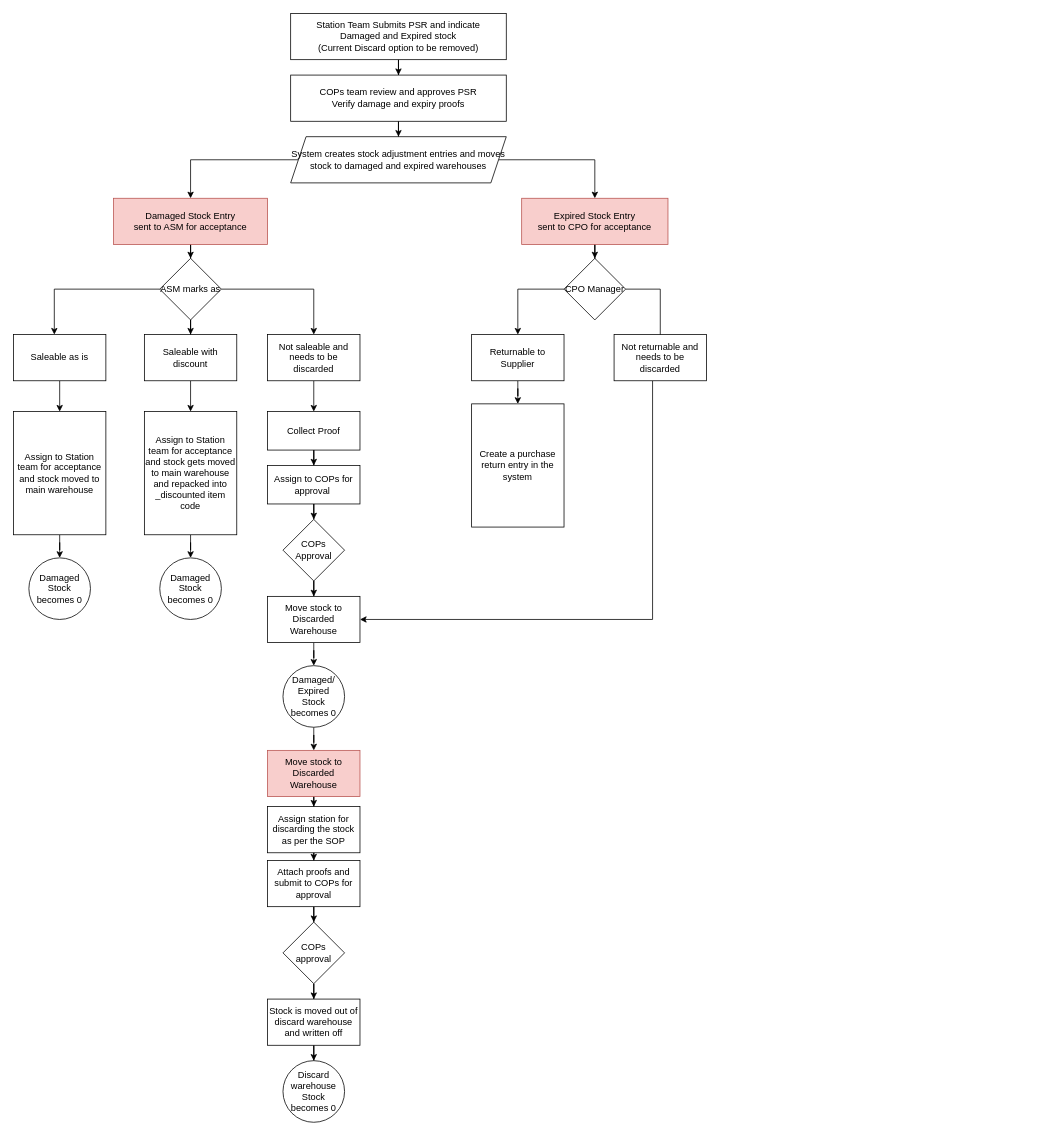
Earlier version of the draw.io diagram Untitled Diagram.drawio (sachinhub/draw.io). Source tidied: cells renumbered, new cells numbered last; positions are measured from the earlier drawing's top-left corner, leaving out a move shared by most shapes. Both pictures are drawn from the tidied source at 77%, with x=0, y=0 at pixel (13, 13).
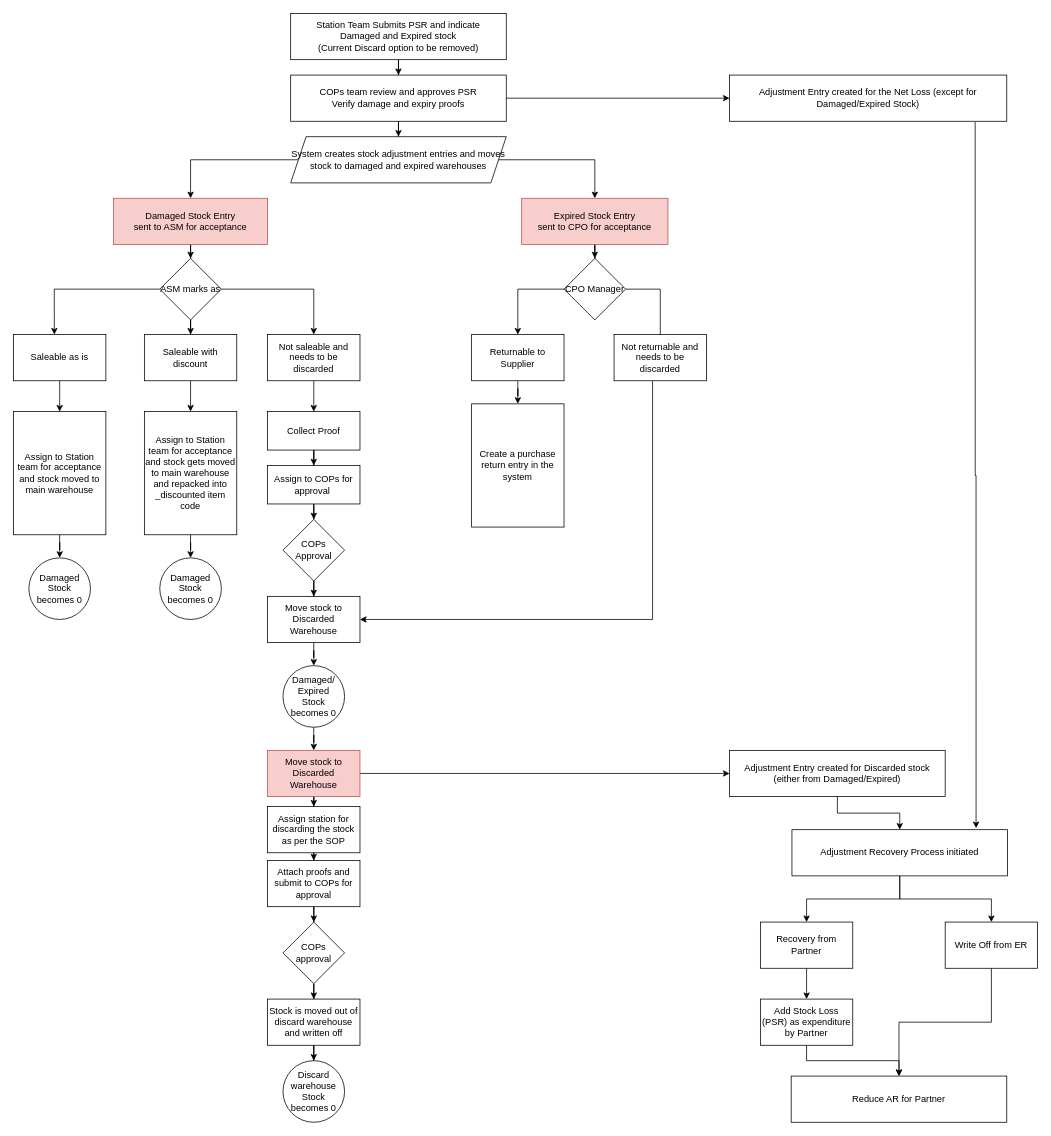
After the change.

Unchanged cells that the change refers to:
```xml
<mxCell id="5" value="COPs team review and approves PSR&lt;br&gt;Verify damage and expiry proofs" style="whiteSpace=wrap;html=1;rounded=0;" parent="1" vertex="1">
  <mxGeometry x="360" y="80" width="280" height="60" as="geometry" />
</mxCell>
<mxCell id="48" value="Move stock to Discarded Warehouse" style="rounded=0;whiteSpace=wrap;html=1;fillColor=#f8cecc;strokeColor=#b85450;" parent="1" vertex="1">
  <mxGeometry x="330" y="957" width="120" height="60" as="geometry" />
</mxCell>
```

Diff of the diagram source:
```diff
@@
+    <mxCell id="58" style="edgeStyle=orthogonalEdgeStyle;rounded=0;jettySize=auto;html=1;" parent="1" edge="1" source="5" target="61">
+      <mxGeometry relative="1" as="geometry" />
+    </mxCell>
@@
+    <mxCell id="59" style="edgeStyle=orthogonalEdgeStyle;rounded=0;jettySize=auto;html=1;" parent="1" edge="1" source="48" target="63">
+      <mxGeometry relative="1" as="geometry" />
+    </mxCell>
@@
+    <mxCell id="60" style="edgeStyle=orthogonalEdgeStyle;rounded=0;jettySize=auto;html=1;exitX=0.886;exitY=1.017;exitDx=0;exitDy=0;entryX=0.854;entryY=-0.033;entryDx=0;entryDy=0;exitPerimeter=0;entryPerimeter=0;" parent="1" edge="1" source="61" target="65">
+      <mxGeometry relative="1" as="geometry" />
+    </mxCell>
+    <mxCell id="61" value="Adjustment Entry created for the Net Loss (except for Damaged/Expired Stock)" style="whiteSpace=wrap;html=1;rounded=0;" parent="1" vertex="1">
+      <mxGeometry x="930" y="80" width="360" height="60" as="geometry" />
+    </mxCell>
+    <mxCell id="62" style="edgeStyle=orthogonalEdgeStyle;rounded=0;jettySize=auto;html=1;" parent="1" edge="1" source="63" target="65">
+      <mxGeometry relative="1" as="geometry" />
+    </mxCell>
+    <mxCell id="63" value="Adjustment Entry created for Discarded stock (either from Damaged/Expired)" style="whiteSpace=wrap;html=1;rounded=0;" parent="1" vertex="1">
+      <mxGeometry x="930" y="957" width="280" height="60" as="geometry" />
+    </mxCell>
+    <mxCell id="64" style="edgeStyle=orthogonalEdgeStyle;rounded=0;jettySize=auto;html=1;" parent="1" edge="1" source="65" target="67">
+      <mxGeometry relative="1" as="geometry" />
+    </mxCell>
+    <mxCell id="65" value="Adjustment Recovery Process initiated" style="whiteSpace=wrap;html=1;rounded=0;" parent="1" vertex="1">
+      <mxGeometry x="1011" y="1060" width="280" height="60" as="geometry" />
+    </mxCell>
+    <mxCell id="66" style="edgeStyle=orthogonalEdgeStyle;rounded=0;jettySize=auto;html=1;" parent="1" edge="1" source="67" target="72">
+      <mxGeometry relative="1" as="geometry" />
+    </mxCell>
+    <mxCell id="67" value="Recovery from Partner" style="whiteSpace=wrap;html=1;rounded=0;" parent="1" vertex="1">
+      <mxGeometry x="970" y="1180" width="120" height="60" as="geometry" />
+    </mxCell>
+    <mxCell id="68" style="edgeStyle=orthogonalEdgeStyle;rounded=0;jettySize=auto;html=1;" parent="1" edge="1" source="69" target="73">
+      <mxGeometry relative="1" as="geometry" />
+    </mxCell>
+    <mxCell id="69" value="Write Off from ER" style="whiteSpace=wrap;html=1;rounded=0;" parent="1" vertex="1">
+      <mxGeometry x="1210" y="1180" width="120" height="60" as="geometry" />
+    </mxCell>
+    <mxCell id="70" style="edgeStyle=orthogonalEdgeStyle;rounded=0;jettySize=auto;html=1;entryX=0.5;entryY=0;entryDx=0;entryDy=0;exitX=0.5;exitY=1;exitDx=0;exitDy=0;" parent="1" edge="1" source="65" target="69">
+      <mxGeometry relative="1" as="geometry" />
+    </mxCell>
+    <mxCell id="71" style="edgeStyle=orthogonalEdgeStyle;rounded=0;jettySize=auto;html=1;" parent="1" edge="1" source="72" target="73">
+      <mxGeometry relative="1" as="geometry" />
+    </mxCell>
+    <mxCell id="72" value="Add Stock Loss (PSR) as expenditure by Partner" style="whiteSpace=wrap;html=1;rounded=0;" parent="1" vertex="1">
+      <mxGeometry x="970" y="1280" width="120" height="60" as="geometry" />
+    </mxCell>
+    <mxCell id="73" value="Reduce AR for Partner" style="whiteSpace=wrap;html=1;rounded=0;" parent="1" vertex="1">
+      <mxGeometry x="1010" y="1380" width="280" height="60" as="geometry" />
+    </mxCell>
```
